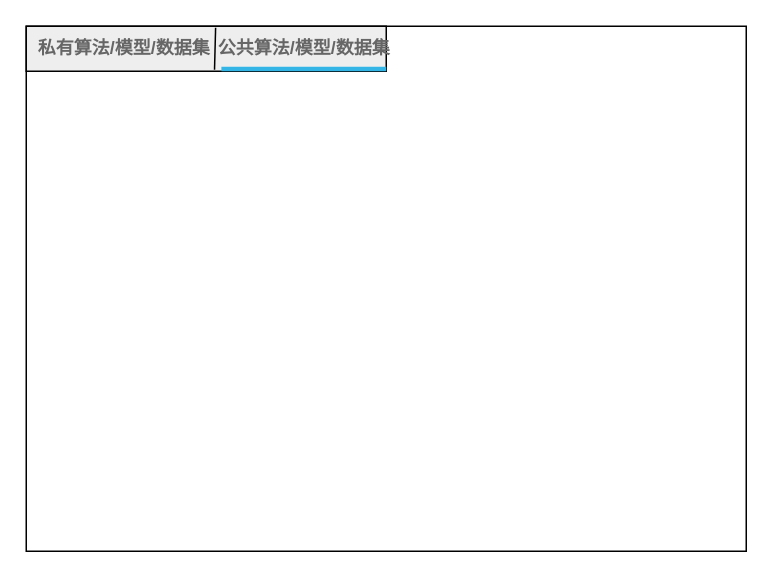
Above: page "第 1 页" (1 of 3) of 原型图.drawio in foreignbill/drawio (draw.io), before the change. Source tidied: cells renumbered, new cells numbered last; positions are measured from the earlier drawing's top-left corner, leaving out a move shared by most shapes. Both pictures are drawn from the tidied source at 150%, with x=0, y=0 at pixel (26, 26).
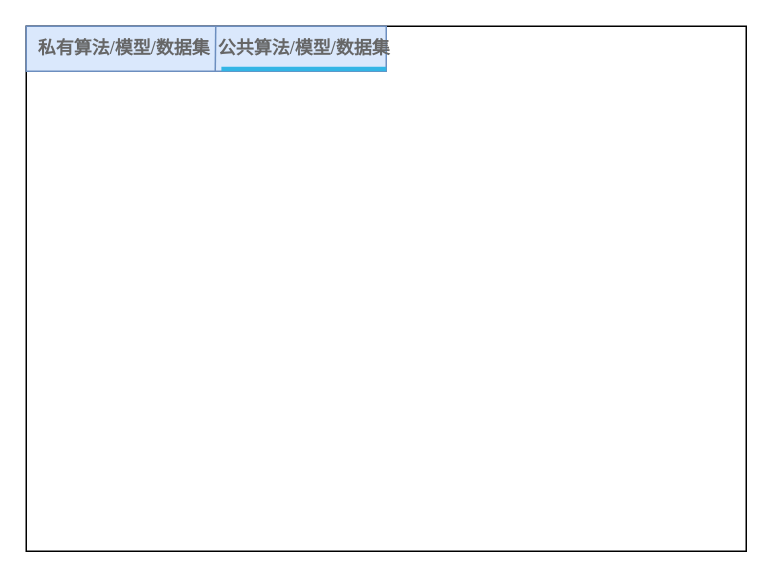
Above is the later version.

The edit, as a diff of the source:
```diff
@@
 <mxGraphModel>
   <root>
     <mxCell id="0" />
     <mxCell id="1" parent="0" />
-    <mxCell id="2" style="rounded=0;whiteSpace=wrap;html=1;" parent="1" vertex="1">
+    <mxCell id="2" style="rounded=0;whiteSpace=wrap;html=1;fontFamily=Times New Roman;" parent="1" vertex="1">
       <mxGeometry width="480" height="350" as="geometry" />
     </mxCell>
-    <mxCell id="3" style="strokeWidth=1;html=1;shadow=0;dashed=0;shape=mxgraph.android.rrect;rSize=0;fillColor=#eeeeee;strokeColor=default;" parent="1" vertex="1">
+    <mxCell id="3" style="strokeWidth=1;html=1;shadow=0;dashed=0;shape=mxgraph.android.rrect;rSize=0;fillColor=#dae8fc;strokeColor=#6c8ebf;fontFamily=Times New Roman;" parent="1" vertex="1">
       <mxGeometry width="240" height="30" as="geometry" />
     </mxCell>
-    <mxCell id="4" value="私有算法/模型/数据集" style="strokeWidth=1;html=1;shadow=0;dashed=0;shape=mxgraph.android.anchor;fontStyle=1;fontColor=#666666;" parent="3" vertex="1">
+    <mxCell id="4" value="私有算法/模型/数据集" style="strokeWidth=1;html=1;shadow=0;dashed=0;shape=mxgraph.android.anchor;fontStyle=1;fontColor=#666666;fontFamily=Times New Roman;" parent="3" vertex="1">
       <mxGeometry width="129.7" height="30" as="geometry" />
     </mxCell>
-    <mxCell id="5" value="公共算法/模型/数据集" style="strokeWidth=1;html=1;shadow=0;dashed=0;shape=mxgraph.android.rrect;rSize=0;fontStyle=1;fillColor=none;strokeColor=none;fontColor=#666666;" parent="3" vertex="1">
+    <mxCell id="5" value="公共算法/模型/数据集" style="strokeWidth=1;html=1;shadow=0;dashed=0;shape=mxgraph.android.rrect;rSize=0;fontStyle=1;fillColor=none;strokeColor=none;fontColor=#666666;fontFamily=Times New Roman;" parent="3" vertex="1">
       <mxGeometry x="130.1" width="109.9" height="30" as="geometry" />
     </mxCell>
-    <mxCell id="6" style="strokeWidth=1;html=1;shadow=0;dashed=0;shape=mxgraph.android.rrect;rSize=0;fillColor=#33b5e5;strokeColor=none;" parent="5" vertex="1">
+    <mxCell id="6" style="strokeWidth=1;html=1;shadow=0;dashed=0;shape=mxgraph.android.rrect;rSize=0;fillColor=#33b5e5;strokeColor=none;fontFamily=Times New Roman;" parent="5" vertex="1">
       <mxGeometry y="27" width="109.9" height="3" as="geometry" />
     </mxCell>
-    <mxCell id="7" style="endArrow=none;html=1;rounded=0;entryX=0.526;entryY=0.033;entryDx=0;entryDy=0;entryPerimeter=0;exitX=0.523;exitY=0.967;exitDx=0;exitDy=0;exitPerimeter=0;" parent="1" edge="1" source="3" target="3">
-      <mxGeometry relative="1" as="geometry" />
+    <mxCell id="7" style="endArrow=none;html=1;rounded=0;entryX=0.974;entryY=-0.005;entryDx=0;entryDy=0;entryPerimeter=0;fontFamily=Times New Roman;fillColor=#dae8fc;strokeColor=#6c8ebf;" parent="1" edge="1" target="4">
+      <mxGeometry relative="1" as="geometry">
+        <mxPoint x="126" y="30" as="sourcePoint" />
+      </mxGeometry>
     </mxCell>
   </root>
 </mxGraphModel>
```
